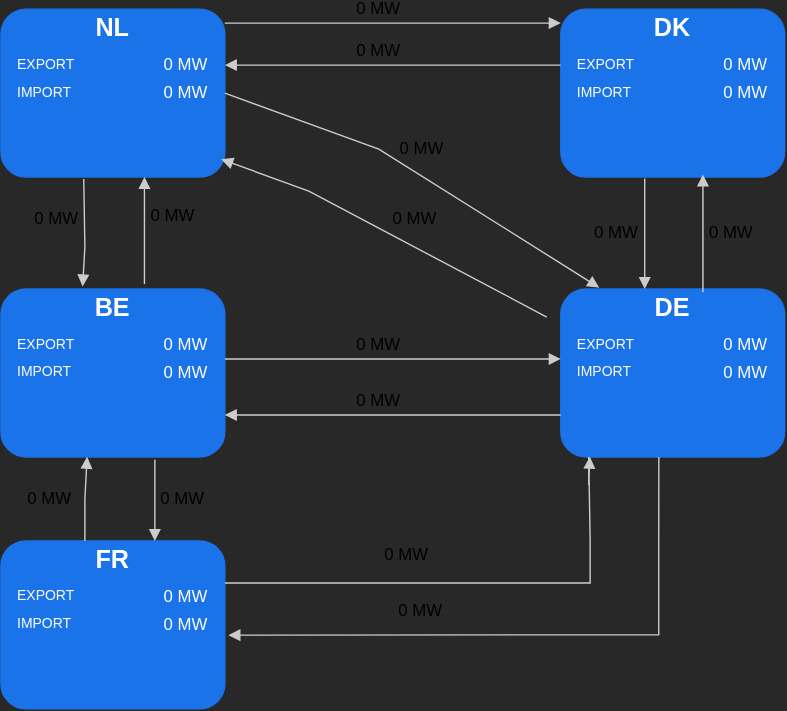
artis-byte/svg keeps this draw.io diagram as flow_fixed_empiric_v2.svg. Above is the earlier version. Source tidied: cells renumbered, new cells last; positions are measured from the earlier drawing's top-left corner, leaving out a move shared by most shapes.
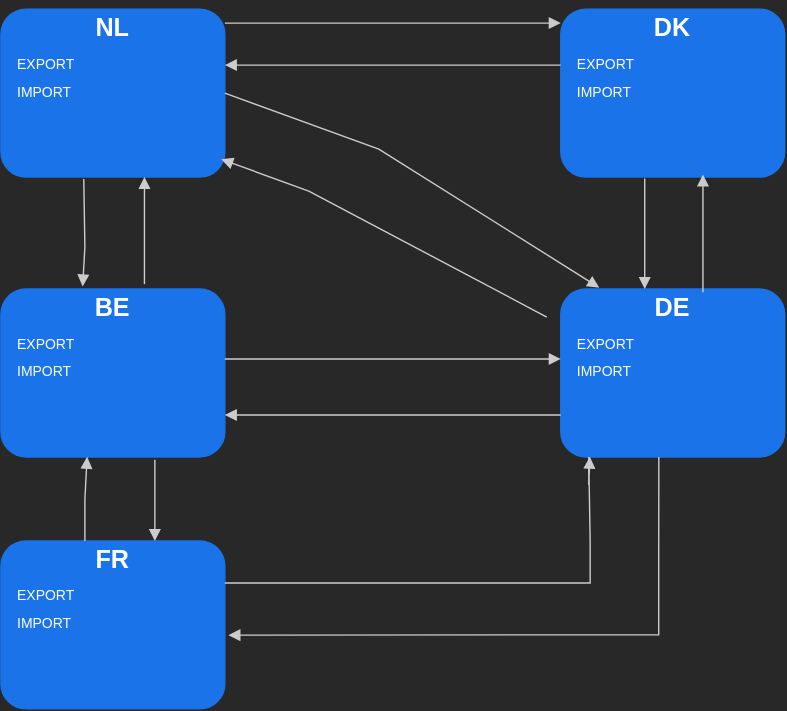
After the change.

What changed in the source:
```diff
@@ -11,13 +11,13 @@
     <mxCell id="4" value="EXPORT" style="text;html=1;strokeColor=none;fillColor=none;align=left;verticalAlign=middle;whiteSpace=wrap;rounded=0;fontColor=#ffffff;fontSize=10;" parent="2" vertex="1">
       <mxGeometry x="10" y="30" width="50" height="20" as="geometry" />
     </mxCell>
-    <mxCell id="5" value="0 MW" style="text;html=1;strokeColor=none;fillColor=none;align=right;verticalAlign=middle;whiteSpace=wrap;rounded=0;fontColor=#ffffff;fontSize=12;" parent="2" vertex="1">
+    <mxCell id="5" style="text;html=1;strokeColor=none;fillColor=none;align=right;verticalAlign=middle;whiteSpace=wrap;rounded=0;fontColor=#ffffff;fontSize=12;" parent="2" vertex="1">
       <mxGeometry x="80" y="30" width="70" height="20" as="geometry" />
     </mxCell>
     <mxCell id="6" value="IMPORT" style="text;html=1;strokeColor=none;fillColor=none;align=left;verticalAlign=middle;whiteSpace=wrap;rounded=0;fontColor=#ffffff;fontSize=10;" parent="2" vertex="1">
       <mxGeometry x="10" y="50" width="50" height="20" as="geometry" />
     </mxCell>
-    <mxCell id="7" value="0 MW" style="text;html=1;strokeColor=none;fillColor=none;align=right;verticalAlign=middle;whiteSpace=wrap;rounded=0;fontColor=#ffffff;fontSize=12;" parent="2" vertex="1">
+    <mxCell id="7" style="text;html=1;strokeColor=none;fillColor=none;align=right;verticalAlign=middle;whiteSpace=wrap;rounded=0;fontColor=#ffffff;fontSize=12;" parent="2" vertex="1">
       <mxGeometry x="80" y="50" width="70" height="20" as="geometry" />
     </mxCell>
     <mxCell id="8" style="rounded=1;whiteSpace=wrap;html=1;fillColor=#1a73e8;fontColor=#ffffff;strokeColor=#1a73e8;" parent="1" vertex="1">
@@ -29,13 +29,13 @@
     <mxCell id="10" value="EXPORT" style="text;html=1;strokeColor=none;fillColor=none;align=left;verticalAlign=middle;whiteSpace=wrap;rounded=0;fontColor=#ffffff;fontSize=10;" parent="8" vertex="1">
       <mxGeometry x="10" y="30" width="50" height="20" as="geometry" />
     </mxCell>
-    <mxCell id="11" value="0 MW" style="text;html=1;strokeColor=none;fillColor=none;align=right;verticalAlign=middle;whiteSpace=wrap;rounded=0;fontColor=#ffffff;fontSize=12;" parent="8" vertex="1">
+    <mxCell id="11" style="text;html=1;strokeColor=none;fillColor=none;align=right;verticalAlign=middle;whiteSpace=wrap;rounded=0;fontColor=#ffffff;fontSize=12;" parent="8" vertex="1">
       <mxGeometry x="80" y="30" width="70" height="20" as="geometry" />
     </mxCell>
     <mxCell id="12" value="IMPORT" style="text;html=1;strokeColor=none;fillColor=none;align=left;verticalAlign=middle;whiteSpace=wrap;rounded=0;fontColor=#ffffff;fontSize=10;" parent="8" vertex="1">
       <mxGeometry x="10" y="50" width="50" height="20" as="geometry" />
     </mxCell>
-    <mxCell id="13" value="0 MW" style="text;html=1;strokeColor=none;fillColor=none;align=right;verticalAlign=middle;whiteSpace=wrap;rounded=0;fontColor=#ffffff;fontSize=12;" parent="8" vertex="1">
+    <mxCell id="13" style="text;html=1;strokeColor=none;fillColor=none;align=right;verticalAlign=middle;whiteSpace=wrap;rounded=0;fontColor=#ffffff;fontSize=12;" parent="8" vertex="1">
       <mxGeometry x="80" y="50" width="70" height="20" as="geometry" />
     </mxCell>
     <mxCell id="14" style="rounded=1;whiteSpace=wrap;html=1;fillColor=#1a73e8;fontColor=#ffffff;strokeColor=#1a73e8;" parent="1" vertex="1">
@@ -47,13 +47,13 @@
     <mxCell id="16" value="EXPORT" style="text;html=1;strokeColor=none;fillColor=none;align=left;verticalAlign=middle;whiteSpace=wrap;rounded=0;fontColor=#ffffff;fontSize=10;" parent="14" vertex="1">
       <mxGeometry x="10" y="30" width="50" height="20" as="geometry" />
     </mxCell>
-    <mxCell id="17" value="0 MW" style="text;html=1;strokeColor=none;fillColor=none;align=right;verticalAlign=middle;whiteSpace=wrap;rounded=0;fontColor=#ffffff;fontSize=12;" parent="14" vertex="1">
+    <mxCell id="17" style="text;html=1;strokeColor=none;fillColor=none;align=right;verticalAlign=middle;whiteSpace=wrap;rounded=0;fontColor=#ffffff;fontSize=12;" parent="14" vertex="1">
       <mxGeometry x="80" y="30" width="70" height="20" as="geometry" />
     </mxCell>
     <mxCell id="18" value="IMPORT" style="text;html=1;strokeColor=none;fillColor=none;align=left;verticalAlign=middle;whiteSpace=wrap;rounded=0;fontColor=#ffffff;fontSize=10;" parent="14" vertex="1">
       <mxGeometry x="10" y="50" width="50" height="20" as="geometry" />
     </mxCell>
-    <mxCell id="19" value="0 MW" style="text;html=1;strokeColor=none;fillColor=none;align=right;verticalAlign=middle;whiteSpace=wrap;rounded=0;fontColor=#ffffff;fontSize=12;" parent="14" vertex="1">
+    <mxCell id="19" style="text;html=1;strokeColor=none;fillColor=none;align=right;verticalAlign=middle;whiteSpace=wrap;rounded=0;fontColor=#ffffff;fontSize=12;" parent="14" vertex="1">
       <mxGeometry x="80" y="50" width="70" height="20" as="geometry" />
     </mxCell>
     <mxCell id="20" style="rounded=1;whiteSpace=wrap;html=1;fillColor=#1a73e8;fontColor=#ffffff;strokeColor=#1a73e8;" parent="1" vertex="1">
@@ -65,13 +65,13 @@
     <mxCell id="22" value="EXPORT" style="text;html=1;strokeColor=none;fillColor=none;align=left;verticalAlign=middle;whiteSpace=wrap;rounded=0;fontColor=#ffffff;fontSize=10;" parent="20" vertex="1">
       <mxGeometry x="10" y="30" width="50" height="20" as="geometry" />
     </mxCell>
-    <mxCell id="23" value="0 MW" style="text;html=1;strokeColor=none;fillColor=none;align=right;verticalAlign=middle;whiteSpace=wrap;rounded=0;fontColor=#ffffff;fontSize=12;" parent="20" vertex="1">
+    <mxCell id="23" style="text;html=1;strokeColor=none;fillColor=none;align=right;verticalAlign=middle;whiteSpace=wrap;rounded=0;fontColor=#ffffff;fontSize=12;" parent="20" vertex="1">
       <mxGeometry x="80" y="30" width="70" height="20" as="geometry" />
     </mxCell>
     <mxCell id="24" value="IMPORT" style="text;html=1;strokeColor=none;fillColor=none;align=left;verticalAlign=middle;whiteSpace=wrap;rounded=0;fontColor=#ffffff;fontSize=10;" parent="20" vertex="1">
       <mxGeometry x="10" y="50" width="50" height="20" as="geometry" />
     </mxCell>
-    <mxCell id="25" value="0 MW" style="text;html=1;strokeColor=none;fillColor=none;align=right;verticalAlign=middle;whiteSpace=wrap;rounded=0;fontColor=#ffffff;fontSize=12;" parent="20" vertex="1">
+    <mxCell id="25" style="text;html=1;strokeColor=none;fillColor=none;align=right;verticalAlign=middle;whiteSpace=wrap;rounded=0;fontColor=#ffffff;fontSize=12;" parent="20" vertex="1">
       <mxGeometry x="80" y="50" width="70" height="20" as="geometry" />
     </mxCell>
     <mxCell id="26" style="rounded=1;whiteSpace=wrap;html=1;fillColor=#1a73e8;fontColor=#ffffff;strokeColor=#1a73e8;" parent="1" vertex="1">
@@ -83,13 +83,13 @@
     <mxCell id="28" value="EXPORT" style="text;html=1;strokeColor=none;fillColor=none;align=left;verticalAlign=middle;whiteSpace=wrap;rounded=0;fontColor=#ffffff;fontSize=10;" parent="26" vertex="1">
       <mxGeometry x="10" y="30" width="50" height="20" as="geometry" />
     </mxCell>
-    <mxCell id="29" value="0 MW" style="text;html=1;strokeColor=none;fillColor=none;align=right;verticalAlign=middle;whiteSpace=wrap;rounded=0;fontColor=#ffffff;fontSize=12;" parent="26" vertex="1">
+    <mxCell id="29" style="text;html=1;strokeColor=none;fillColor=none;align=right;verticalAlign=middle;whiteSpace=wrap;rounded=0;fontColor=#ffffff;fontSize=12;" parent="26" vertex="1">
       <mxGeometry x="80" y="30" width="70" height="20" as="geometry" />
     </mxCell>
     <mxCell id="30" value="IMPORT" style="text;html=1;strokeColor=none;fillColor=none;align=left;verticalAlign=middle;whiteSpace=wrap;rounded=0;fontColor=#ffffff;fontSize=10;" parent="26" vertex="1">
       <mxGeometry x="10" y="50" width="50" height="20" as="geometry" />
     </mxCell>
-    <mxCell id="31" value="0 MW" style="text;html=1;strokeColor=none;fillColor=none;align=right;verticalAlign=middle;whiteSpace=wrap;rounded=0;fontColor=#ffffff;fontSize=12;" parent="26" vertex="1">
+    <mxCell id="31" style="text;html=1;strokeColor=none;fillColor=none;align=right;verticalAlign=middle;whiteSpace=wrap;rounded=0;fontColor=#ffffff;fontSize=12;" parent="26" vertex="1">
       <mxGeometry x="80" y="50" width="70" height="20" as="geometry" />
     </mxCell>
     <mxCell id="32" style="endArrow=block;html=1;rounded=0;jettySize=auto;exitX=0.37;exitY=1.012;exitDx=0;exitDy=0;strokeColor=#cccccc;endFill=1;exitPerimeter=0;entryX=0.365;entryY=-0.061;entryDx=0;entryDy=0;entryPerimeter=0;" parent="1" edge="1" source="2" target="9">
@@ -99,7 +99,7 @@
         </Array>
       </mxGeometry>
     </mxCell>
-    <mxCell id="33" value="0 MW" style="text;html=1;align=center;verticalAlign=middle;strokeColor=#cccccc;fillColor=#ffffff;fontColor=#000000;rounded=1;" parent="32" vertex="1">
+    <mxCell id="33" style="text;html=1;align=center;verticalAlign=middle;strokeColor=#cccccc;fillColor=#ffffff;fontColor=#000000;rounded=1;" parent="32" vertex="1">
       <mxGeometry relative="1" as="geometry">
         <mxPoint x="-20" y="-10" as="offset" />
       </mxGeometry>
@@ -107,7 +107,7 @@
     <mxCell id="34" style="endArrow=block;html=1;rounded=0;jettySize=auto;exitX=0.641;exitY=-0.117;exitDx=0;exitDy=0;entryX=0.641;entryY=0.999;entryDx=0;entryDy=0;strokeColor=#cccccc;endFill=1;exitPerimeter=0;entryPerimeter=0;" parent="1" edge="1" source="9" target="2">
       <mxGeometry relative="1" as="geometry" />
     </mxCell>
-    <mxCell id="35" value="0 MW" style="text;html=1;align=center;verticalAlign=middle;strokeColor=#cccccc;fillColor=#ffffff;fontColor=#000000;rounded=1;" parent="34" vertex="1">
+    <mxCell id="35" style="text;html=1;align=center;verticalAlign=middle;strokeColor=#cccccc;fillColor=#ffffff;fontColor=#000000;rounded=1;" parent="34" vertex="1">
       <mxGeometry relative="1" as="geometry">
         <mxPoint x="20" y="-10" as="offset" />
       </mxGeometry>
@@ -122,7 +122,7 @@
         </Array>
       </mxGeometry>
     </mxCell>
-    <mxCell id="37" value="0 MW" style="text;html=1;align=center;verticalAlign=middle;strokeColor=#cccccc;fillColor=#ffffff;fontColor=#000000;rounded=1;" parent="36" vertex="1">
+    <mxCell id="37" style="text;html=1;align=center;verticalAlign=middle;strokeColor=#cccccc;fillColor=#ffffff;fontColor=#000000;rounded=1;" parent="36" vertex="1">
       <mxGeometry relative="1" as="geometry">
         <mxPoint x="20" y="-1" as="offset" />
       </mxGeometry>
@@ -135,7 +135,7 @@
         </Array>
       </mxGeometry>
     </mxCell>
-    <mxCell id="39" value="0 MW" style="text;html=1;align=center;verticalAlign=middle;strokeColor=#cccccc;fillColor=#ffffff;fontColor=#000000;rounded=1;" parent="38" vertex="1">
+    <mxCell id="39" style="text;html=1;align=center;verticalAlign=middle;strokeColor=#cccccc;fillColor=#ffffff;fontColor=#000000;rounded=1;" parent="38" vertex="1">
       <mxGeometry relative="1" as="geometry">
         <mxPoint x="-25" as="offset" />
       </mxGeometry>
@@ -149,7 +149,7 @@
         </Array>
       </mxGeometry>
     </mxCell>
-    <mxCell id="41" value="0 MW" style="text;html=1;align=center;verticalAlign=middle;strokeColor=#cccccc;fillColor=#ffffff;fontColor=#000000;rounded=1;" parent="40" vertex="1">
+    <mxCell id="41" style="text;html=1;align=center;verticalAlign=middle;strokeColor=#cccccc;fillColor=#ffffff;fontColor=#000000;rounded=1;" parent="40" vertex="1">
       <mxGeometry relative="1" as="geometry">
         <mxPoint x="-10" y="-10" as="offset" />
       </mxGeometry>
@@ -160,7 +160,7 @@
         <mxPoint x="160" y="290" as="targetPoint" />
       </mxGeometry>
     </mxCell>
-    <mxCell id="43" value="0 MW" style="text;html=1;align=center;verticalAlign=middle;strokeColor=#cccccc;fillColor=#ffffff;fontColor=#000000;rounded=1;" parent="42" vertex="1">
+    <mxCell id="43" style="text;html=1;align=center;verticalAlign=middle;strokeColor=#cccccc;fillColor=#ffffff;fontColor=#000000;rounded=1;" parent="42" vertex="1">
       <mxGeometry relative="1" as="geometry">
         <mxPoint x="-10" y="-10" as="offset" />
       </mxGeometry>
@@ -172,7 +172,7 @@
         </Array>
       </mxGeometry>
     </mxCell>
-    <mxCell id="45" value="0 MW" style="text;html=1;align=center;verticalAlign=middle;strokeColor=#cccccc;fillColor=#ffffff;fontColor=#000000;rounded=1;" parent="44" vertex="1">
+    <mxCell id="45" style="text;html=1;align=center;verticalAlign=middle;strokeColor=#cccccc;fillColor=#ffffff;fontColor=#000000;rounded=1;" parent="44" vertex="1">
       <mxGeometry relative="1" as="geometry">
         <mxPoint x="1" y="-18" as="offset" />
       </mxGeometry>
@@ -185,7 +185,7 @@
         </Array>
       </mxGeometry>
     </mxCell>
-    <mxCell id="47" value="0 MW" style="text;html=1;align=center;verticalAlign=middle;strokeColor=#cccccc;fillColor=#ffffff;fontColor=#000000;rounded=1;" parent="46" vertex="1">
+    <mxCell id="47" style="text;html=1;align=center;verticalAlign=middle;strokeColor=#cccccc;fillColor=#ffffff;fontColor=#000000;rounded=1;" parent="46" vertex="1">
       <mxGeometry relative="1" as="geometry">
         <mxPoint x="20" y="-10" as="offset" />
       </mxGeometry>
@@ -199,7 +199,7 @@
         </Array>
       </mxGeometry>
     </mxCell>
-    <mxCell id="49" value="0 MW" style="text;html=1;align=center;verticalAlign=middle;strokeColor=#cccccc;fillColor=#ffffff;fontColor=#000000;rounded=1;" parent="48" vertex="1">
+    <mxCell id="49" style="text;html=1;align=center;verticalAlign=middle;strokeColor=#cccccc;fillColor=#ffffff;fontColor=#000000;rounded=1;" parent="48" vertex="1">
       <mxGeometry relative="1" as="geometry">
         <mxPoint x="-10" y="-10" as="offset" />
       </mxGeometry>
@@ -210,7 +210,7 @@
         <mxPoint x="160" y="40" as="targetPoint" />
       </mxGeometry>
     </mxCell>
-    <mxCell id="51" value="0 MW" style="text;html=1;align=center;verticalAlign=middle;strokeColor=#cccccc;fillColor=#ffffff;fontColor=#000000;rounded=1;" parent="50" vertex="1">
+    <mxCell id="51" style="text;html=1;align=center;verticalAlign=middle;strokeColor=#cccccc;fillColor=#ffffff;fontColor=#000000;rounded=1;" parent="50" vertex="1">
       <mxGeometry relative="1" as="geometry">
         <mxPoint x="-10" y="-10" as="offset" />
       </mxGeometry>
@@ -221,7 +221,7 @@
         <mxPoint x="460" y="200" as="targetPoint" />
       </mxGeometry>
     </mxCell>
-    <mxCell id="53" value="0 MW" style="text;html=1;align=center;verticalAlign=middle;strokeColor=#cccccc;fillColor=#ffffff;fontColor=#000000;rounded=1;" parent="52" vertex="1">
+    <mxCell id="53" style="text;html=1;align=center;verticalAlign=middle;strokeColor=#cccccc;fillColor=#ffffff;fontColor=#000000;rounded=1;" parent="52" vertex="1">
       <mxGeometry relative="1" as="geometry">
         <mxPoint x="-20" as="offset" />
       </mxGeometry>
@@ -229,7 +229,7 @@
     <mxCell id="54" style="endArrow=block;html=1;rounded=0;jettySize=auto;entryX=0.635;entryY=0.985;entryDx=0;entryDy=0;strokeColor=#cccccc;endFill=1;entryPerimeter=0;exitX=0.635;exitY=0.078;exitDx=0;exitDy=0;exitPerimeter=0;" parent="1" edge="1" source="21" target="14">
       <mxGeometry relative="1" as="geometry" />
     </mxCell>
-    <mxCell id="55" value="0 MW" style="text;html=1;align=center;verticalAlign=middle;strokeColor=#cccccc;fillColor=#ffffff;fontColor=#000000;rounded=1;" parent="54" vertex="1">
+    <mxCell id="55" style="text;html=1;align=center;verticalAlign=middle;strokeColor=#cccccc;fillColor=#ffffff;fontColor=#000000;rounded=1;" parent="54" vertex="1">
       <mxGeometry relative="1" as="geometry">
         <mxPoint x="20" y="-1" as="offset" />
       </mxGeometry>
@@ -253,10 +253,10 @@
         </Array>
       </mxGeometry>
     </mxCell>
-    <mxCell id="58" value="0 MW" style="text;html=1;align=center;verticalAlign=middle;strokeColor=#cccccc;fillColor=#ffffff;fontColor=#000000;rounded=1;" parent="1" vertex="1">
+    <mxCell id="58" style="text;html=1;align=center;verticalAlign=middle;strokeColor=#cccccc;fillColor=#ffffff;fontColor=#000000;rounded=1;" parent="1" vertex="1">
       <mxGeometry x="290" y="390" as="geometry" />
     </mxCell>
-    <mxCell id="59" value="0 MW" style="text;html=1;align=center;verticalAlign=middle;strokeColor=#cccccc;fillColor=#ffffff;fontColor=#000000;rounded=1;" parent="1" vertex="1">
+    <mxCell id="59" style="text;html=1;align=center;verticalAlign=middle;strokeColor=#cccccc;fillColor=#ffffff;fontColor=#000000;rounded=1;" parent="1" vertex="1">
       <mxGeometry x="300" y="430" as="geometry" />
     </mxCell>
   </root>
```
